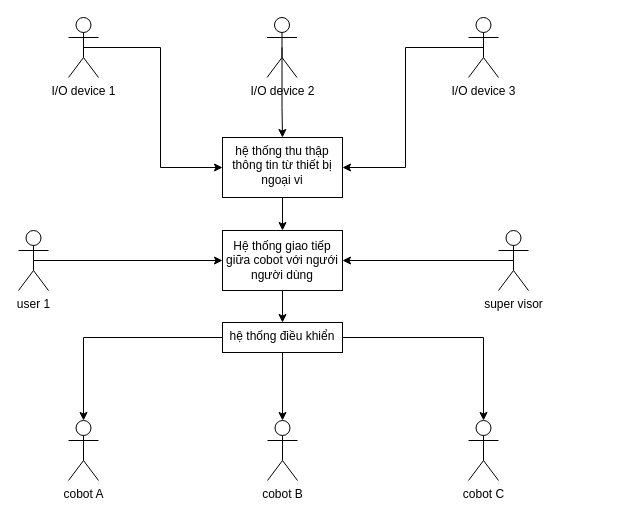
Before: page "Trang-2" (2 of 3) of user_diagram.drawio in LTDat-HustK65/GP, a draw.io diagram. Source tidied: cells renumbered, new cells numbered last; positions are measured from the earlier drawing's top-left corner, leaving out a move shared by most shapes. Both pictures are drawn from the tidied source at 100%, with x=0, y=0 at pixel (18, 17).
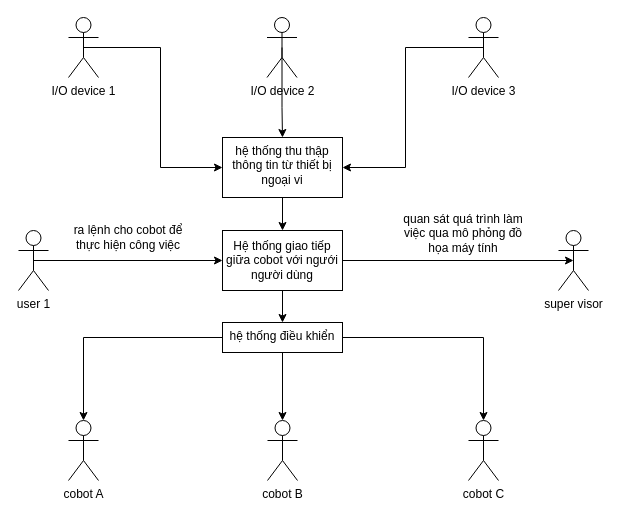
The same page after the edit.

Unchanged cells that the change refers to:
```xml
<mxCell id="9" value="Hệ thống giao tiếp giữa cobot với ngưới người dùng" style="rounded=0;whiteSpace=wrap;html=1;" parent="1" vertex="1">
  <mxGeometry x="204" y="213" width="120" height="60" as="geometry" />
</mxCell>
```

The edit, as a diff of the source:
```diff
@@
-    <mxCell id="21" style="edgeStyle=orthogonalEdgeStyle;rounded=0;jettySize=auto;html=1;exitX=0.5;exitY=0.5;exitDx=0;exitDy=0;exitPerimeter=0;entryX=1;entryY=0.5;entryDx=0;entryDy=0;fontFamily=Helvetica;fontSize=12;fontColor=default;" parent="1" edge="1" source="22" target="9">
+    <mxCell id="21" style="edgeStyle=orthogonalEdgeStyle;rounded=0;jettySize=auto;html=1;exitX=1;exitY=0.5;exitDx=0;exitDy=0;fontFamily=Helvetica;fontSize=12;fontColor=default;entryX=0.5;entryY=0.5;entryDx=0;entryDy=0;entryPerimeter=0;" parent="1" edge="1" source="9" target="22">
       <mxGeometry relative="1" as="geometry" />
     </mxCell>
     <mxCell id="22" value="super visor" style="shape=umlActor;verticalLabelPosition=bottom;verticalAlign=top;html=1;outlineConnect=0;strokeColor=default;align=center;fontFamily=Helvetica;fontSize=12;fontColor=default;fillColor=default;" parent="1" vertex="1">
-      <mxGeometry x="480" y="213" width="30" height="60" as="geometry" />
+      <mxGeometry x="540" y="213" width="30" height="60" as="geometry" />
     </mxCell>
+    <mxCell id="23" value="ra lệnh cho cobot để thực hiện công việc" style="text;html=1;align=center;verticalAlign=middle;whiteSpace=wrap;rounded=0;" parent="1" vertex="1">
+      <mxGeometry x="50" y="200" width="120" height="40" as="geometry" />
+    </mxCell>
+    <mxCell id="24" value="quan sát quá trình làm việc qua mô phỏng đồ họa máy tính" style="text;html=1;align=center;verticalAlign=middle;whiteSpace=wrap;rounded=0;" parent="1" vertex="1">
+      <mxGeometry x="380" y="192.5" width="130" height="47.5" as="geometry" />
+    </mxCell>
```
